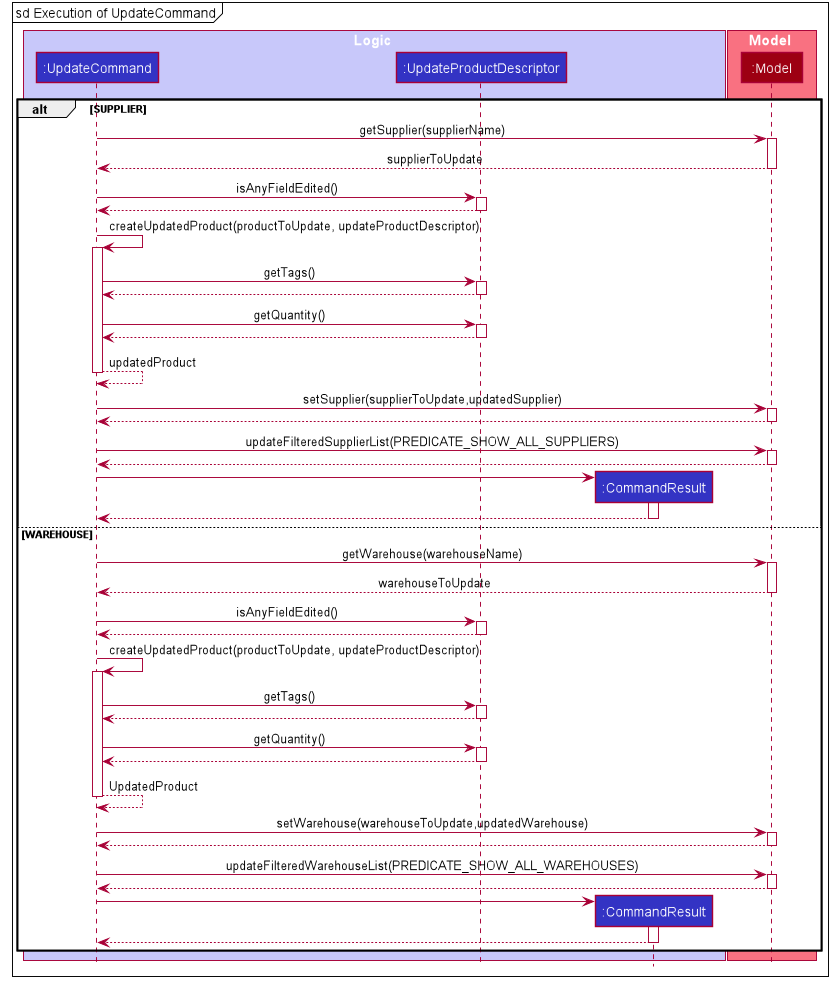
The PlantUML diagram docs/images/UpdateCommandExecutionSequenceDiagram.png in tohyuting/tp, before a commit.
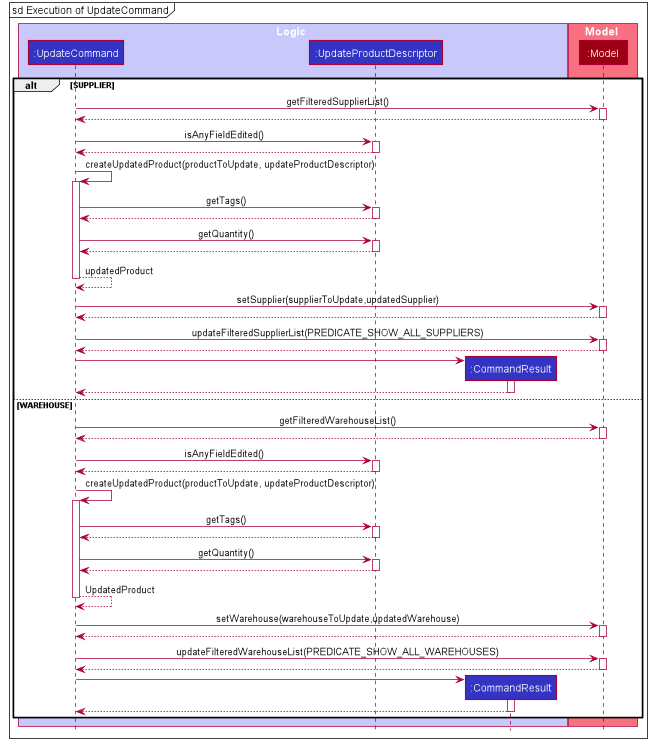
The same diagram one commit later.

Diff of the diagram source:
```diff
@@ -61,10 +61,10 @@
 end box
 
 alt SUPPLIER
-UpdateCommand -> Model : getSupplier(supplierName)
+UpdateCommand -> Model : getFilteredSupplierList()
 activate Model
 
-Model --> UpdateCommand : supplierToUpdate
+Model --> UpdateCommand :
 deactivate Model
 
 UpdateCommand -> UpdateProductDescriptor : isAnyFieldEdited()
@@ -111,10 +111,10 @@
 deactivate CommandResult
 
 else WAREHOUSE
-UpdateCommand -> Model : getWarehouse(warehouseName)
+UpdateCommand -> Model : getFilteredWarehouseList()
 activate Model
 
-Model --> UpdateCommand : warehouseToUpdate
+Model --> UpdateCommand :
 deactivate Model
 
 UpdateCommand -> UpdateProductDescriptor : isAnyFieldEdited()
```
